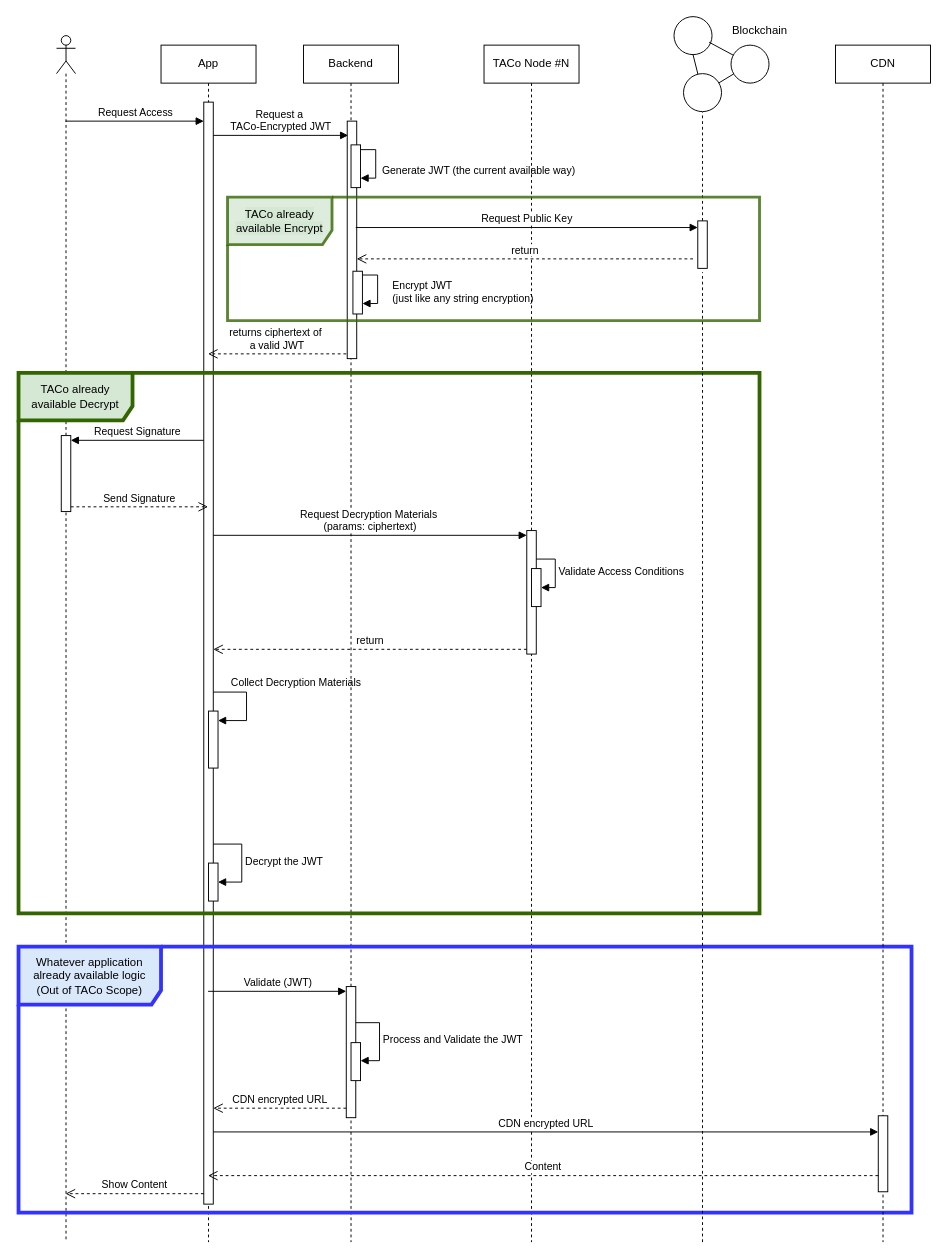
Muhammad-Altabba/taco-docs keeps this draw.io diagram as JWT encrypted/decrypted with TACo.drawio. Above is the earlier version. Source tidied: cells renumbered, new cells numbered last; positions are measured from the earlier drawing's top-left corner, leaving out a move shared by most shapes. Both pictures are drawn from the tidied source at 95%, with x=0, y=0 at pixel (18, 16).
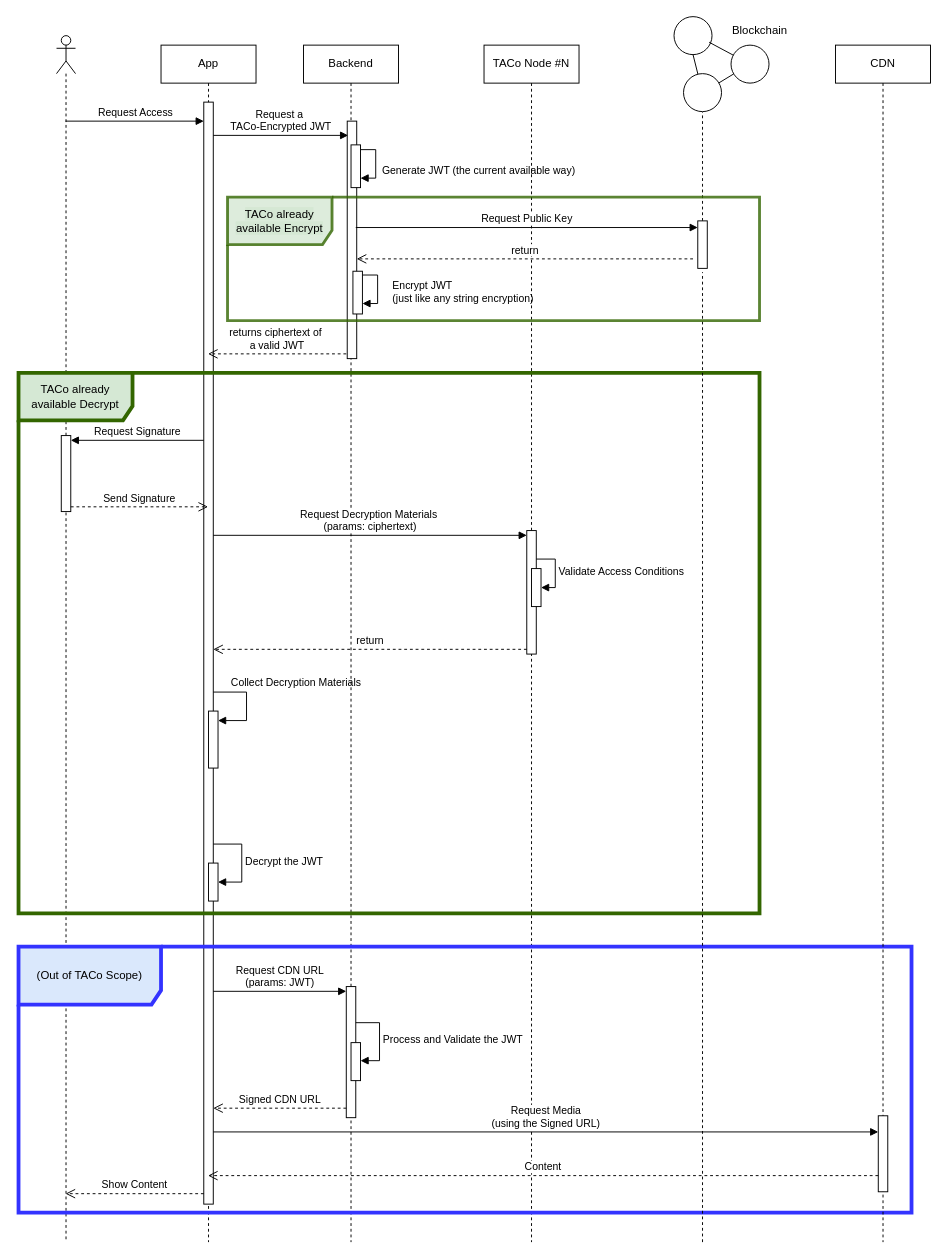
Above is the later version.

Commit message:
Update JWT encrypted/decrypted with TACo.drawio

The change refers to these unchanged cells:
```xml
<mxCell id="3" style="html=1;points=[[0,0,0,0,5],[0,1,0,0,-5],[1,0,0,0,5],[1,1,0,0,-5]];perimeter=orthogonalPerimeter;outlineConnect=0;targetShapes=umlLifeline;portConstraint=eastwest;newEdgeStyle={&quot;curved&quot;:0,&quot;rounded&quot;:0};" parent="2" vertex="1">
  <mxGeometry x="45" y="60" width="10" height="1160" as="geometry" />
</mxCell>
<mxCell id="10" style="html=1;points=[[0,0,0,0,5],[0,1,0,0,-5],[1,0,0,0,5],[1,1,0,0,-5]];perimeter=orthogonalPerimeter;outlineConnect=0;targetShapes=umlLifeline;portConstraint=eastwest;newEdgeStyle={&quot;curved&quot;:0,&quot;rounded&quot;:0};" parent="8" vertex="1">
  <mxGeometry x="45" y="991" width="10" height="138" as="geometry" />
</mxCell>
<mxCell id="45" style="html=1;points=[[0,0,0,0,5],[0,1,0,0,-5],[1,0,0,0,5],[1,1,0,0,-5]];perimeter=orthogonalPerimeter;outlineConnect=0;targetShapes=umlLifeline;portConstraint=eastwest;newEdgeStyle={&quot;curved&quot;:0,&quot;rounded&quot;:0};" parent="44" vertex="1">
  <mxGeometry x="45" y="1127" width="10" height="80" as="geometry" />
</mxCell>
```

Change to the diagram source:
```diff
@@
-    <mxCell id="30" value="Validate (JWT)" style="html=1;verticalAlign=bottom;endArrow=block;curved=0;rounded=0;entryX=0;entryY=0;entryDx=0;entryDy=5;" parent="1" edge="1" target="10">
-      <mxGeometry relative="1" as="geometry">
-        <mxPoint x="199.5" y="1026" as="sourcePoint" />
-      </mxGeometry>
+    <mxCell id="30" value="Request CDN URL&lt;div&gt;(params: JWT)&lt;/div&gt;" style="html=1;verticalAlign=bottom;endArrow=block;curved=0;rounded=0;entryX=0;entryY=0;entryDx=0;entryDy=5;" parent="1" edge="1" source="3" target="10">
+      <mxGeometry relative="1" as="geometry" />
     </mxCell>
-    <mxCell id="31" value="CDN encrypted URL" style="html=1;verticalAlign=bottom;endArrow=open;dashed=1;endSize=8;curved=0;rounded=0;exitX=0;exitY=1;exitDx=0;exitDy=-5;" parent="1" edge="1">
+    <mxCell id="31" value="Signed CDN URL" style="html=1;verticalAlign=bottom;endArrow=open;dashed=1;endSize=8;curved=0;rounded=0;exitX=0;exitY=1;exitDx=0;exitDy=-5;" parent="1" edge="1">
       <mxGeometry relative="1" as="geometry">
         <mxPoint x="345" y="1149" as="sourcePoint" />
         <mxPoint x="205" y="1149" as="targetPoint" />
       </mxGeometry>
     </mxCell>
@@
-    <mxCell id="43" value="Whatever application already available logic&lt;div&gt;(Out of TACo Scope)&lt;/div&gt;" style="shape=umlFrame;whiteSpace=wrap;html=1;width=150;height=61;fillColor=#dae8fc;strokeColor=#3333FF;strokeWidth=4;" parent="1" vertex="1">
+    <mxCell id="43" value="&lt;div&gt;(Out of TACo Scope)&lt;/div&gt;" style="shape=umlFrame;whiteSpace=wrap;html=1;width=150;height=61;fillColor=#dae8fc;strokeColor=#3333FF;strokeWidth=4;" parent="1" vertex="1">
       <mxGeometry y="979" width="940" height="280" as="geometry" />
     </mxCell>
@@
-    <mxCell id="46" value="CDN encrypted URL" style="html=1;verticalAlign=bottom;endArrow=block;curved=0;rounded=0;" parent="1" edge="1" target="45">
+    <mxCell id="46" value="Request Media&lt;div&gt;(using the Signed URL)&lt;/div&gt;" style="html=1;verticalAlign=bottom;endArrow=block;curved=0;rounded=0;" parent="1" edge="1" target="45">
       <mxGeometry relative="1" as="geometry">
         <mxPoint x="205" y="1174" as="sourcePoint" />
       </mxGeometry>
     </mxCell>
```
